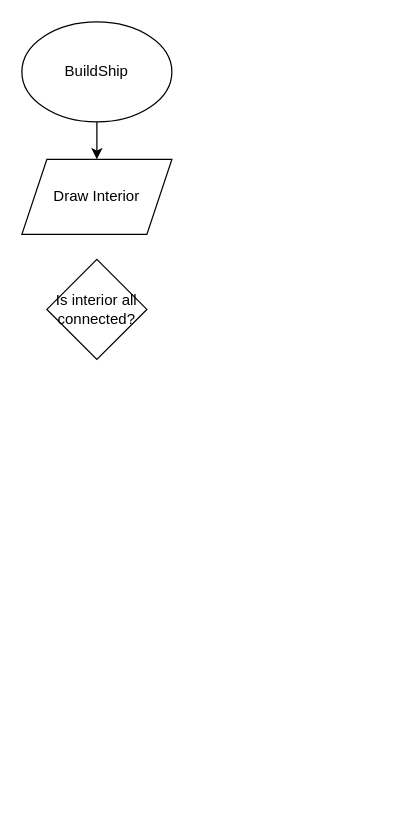
layla-reiss/lyra-astractus keeps this draw.io diagram as BuildShip.drawio. Above is the earlier version. Source tidied: cells renumbered, new cells numbered last; positions are measured from the earlier drawing's top-left corner, leaving out a move shared by most shapes. Both pictures are drawn from the tidied source at 125%, with x=0, y=0 at pixel (21, 21).
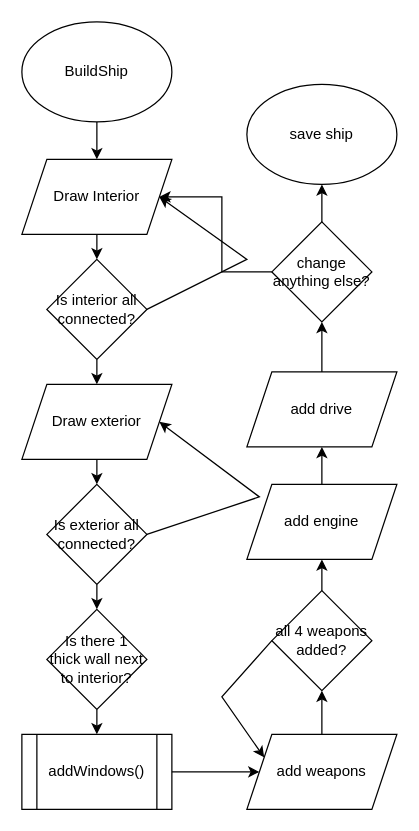
The same page after the edit.

Unchanged cells that the change refers to:
```xml
<mxCell id="4" value="Draw Interior" style="shape=parallelogram;perimeter=parallelogramPerimeter;whiteSpace=wrap;html=1;fixedSize=1;" parent="1" vertex="1">
  <mxGeometry y="110" width="120" height="60" as="geometry" />
</mxCell>
<mxCell id="5" value="Is interior all connected?" style="rhombus;whiteSpace=wrap;html=1;" parent="1" vertex="1">
  <mxGeometry x="20" y="190" width="80" height="80" as="geometry" />
</mxCell>
```

The edit, as a diff of the source:
```diff
@@
+    <mxCell id="6" style="endArrow=classic;html=1;rounded=0;exitX=0.5;exitY=1;exitDx=0;exitDy=0;" parent="1" edge="1" source="4" target="5">
+      <mxGeometry relative="1" as="geometry" />
+    </mxCell>
+    <mxCell id="7" style="endArrow=classic;html=1;rounded=0;exitX=1;exitY=0.5;exitDx=0;exitDy=0;entryX=1;entryY=0.5;entryDx=0;entryDy=0;" parent="1" edge="1" source="5" target="4">
+      <mxGeometry relative="1" as="geometry">
+        <Array as="points">
+          <mxPoint x="180" y="190" />
+        </Array>
+      </mxGeometry>
+    </mxCell>
+    <mxCell id="8" value="Draw exterior" style="shape=parallelogram;perimeter=parallelogramPerimeter;whiteSpace=wrap;html=1;fixedSize=1;" parent="1" vertex="1">
+      <mxGeometry y="290" width="120" height="60" as="geometry" />
+    </mxCell>
+    <mxCell id="9" style="endArrow=classic;html=1;rounded=0;exitX=0.5;exitY=1;exitDx=0;exitDy=0;entryX=0.5;entryY=0;entryDx=0;entryDy=0;" parent="1" edge="1" source="5" target="8">
+      <mxGeometry relative="1" as="geometry" />
+    </mxCell>
+    <mxCell id="10" value="Is exterior all connected?" style="rhombus;whiteSpace=wrap;html=1;" parent="1" vertex="1">
+      <mxGeometry x="20" y="370" width="80" height="80" as="geometry" />
+    </mxCell>
+    <mxCell id="11" style="endArrow=classic;html=1;rounded=0;exitX=1;exitY=0.5;exitDx=0;exitDy=0;entryX=1;entryY=0.5;entryDx=0;entryDy=0;" parent="1" edge="1" source="10" target="8">
+      <mxGeometry relative="1" as="geometry">
+        <Array as="points">
+          <mxPoint x="190" y="380" />
+        </Array>
+      </mxGeometry>
+    </mxCell>
+    <mxCell id="12" style="endArrow=classic;html=1;rounded=0;exitX=0.5;exitY=1;exitDx=0;exitDy=0;entryX=0.5;entryY=0;entryDx=0;entryDy=0;" parent="1" edge="1" source="8" target="10">
+      <mxGeometry relative="1" as="geometry" />
+    </mxCell>
+    <mxCell id="13" style="endArrow=classic;html=1;rounded=0;exitX=0.5;exitY=1;exitDx=0;exitDy=0;entryX=0.5;entryY=0;entryDx=0;entryDy=0;" parent="1" edge="1" source="10" target="14">
+      <mxGeometry relative="1" as="geometry" />
+    </mxCell>
+    <mxCell id="14" value="Is there 1 thick wall next to interior?" style="rhombus;whiteSpace=wrap;html=1;" parent="1" vertex="1">
+      <mxGeometry x="20" y="470" width="80" height="80" as="geometry" />
+    </mxCell>
+    <mxCell id="15" value="addWindows()" style="shape=process;whiteSpace=wrap;html=1;backgroundOutline=1;" parent="1" vertex="1">
+      <mxGeometry y="570" width="120" height="60" as="geometry" />
+    </mxCell>
+    <mxCell id="16" style="endArrow=classic;html=1;rounded=0;exitX=0.5;exitY=1;exitDx=0;exitDy=0;entryX=0.5;entryY=0;entryDx=0;entryDy=0;" parent="1" edge="1" source="14" target="15">
+      <mxGeometry relative="1" as="geometry" />
+    </mxCell>
+    <mxCell id="17" style="endArrow=classic;html=1;rounded=0;exitX=1;exitY=0.5;exitDx=0;exitDy=0;" parent="1" edge="1" source="15">
+      <mxGeometry relative="1" as="geometry">
+        <mxPoint x="190" y="600" as="targetPoint" />
+      </mxGeometry>
+    </mxCell>
+    <mxCell id="18" value="add weapons" style="shape=parallelogram;perimeter=parallelogramPerimeter;whiteSpace=wrap;html=1;fixedSize=1;" parent="1" vertex="1">
+      <mxGeometry x="180" y="570" width="120" height="60" as="geometry" />
+    </mxCell>
+    <mxCell id="19" value="all 4 weapons added?" style="rhombus;whiteSpace=wrap;html=1;" parent="1" vertex="1">
+      <mxGeometry x="200" y="455" width="80" height="80" as="geometry" />
+    </mxCell>
+    <mxCell id="20" style="endArrow=classic;html=1;rounded=0;exitX=0;exitY=0.5;exitDx=0;exitDy=0;entryX=0;entryY=0.25;entryDx=0;entryDy=0;" parent="1" edge="1" source="19" target="18">
+      <mxGeometry relative="1" as="geometry">
+        <Array as="points">
+          <mxPoint x="160" y="540" />
+        </Array>
+      </mxGeometry>
+    </mxCell>
+    <mxCell id="21" style="endArrow=classic;html=1;rounded=0;exitX=0.5;exitY=0;exitDx=0;exitDy=0;entryX=0.5;entryY=1;entryDx=0;entryDy=0;" parent="1" edge="1" source="18" target="19">
+      <mxGeometry relative="1" as="geometry" />
+    </mxCell>
+    <mxCell id="22" style="edgeStyle=orthogonalEdgeStyle;rounded=0;jettySize=auto;html=1;entryX=0.5;entryY=1;entryDx=0;entryDy=0;" parent="1" edge="1" source="23" target="26">
+      <mxGeometry relative="1" as="geometry" />
+    </mxCell>
+    <mxCell id="23" value="add engine" style="shape=parallelogram;perimeter=parallelogramPerimeter;whiteSpace=wrap;html=1;fixedSize=1;" parent="1" vertex="1">
+      <mxGeometry x="180" y="370" width="120" height="60" as="geometry" />
+    </mxCell>
+    <mxCell id="24" style="endArrow=classic;html=1;rounded=0;exitX=0.5;exitY=0;exitDx=0;exitDy=0;entryX=0.5;entryY=1;entryDx=0;entryDy=0;" parent="1" edge="1" source="19" target="23">
+      <mxGeometry relative="1" as="geometry" />
+    </mxCell>
+    <mxCell id="25" style="edgeStyle=orthogonalEdgeStyle;rounded=0;jettySize=auto;html=1;exitX=0.5;exitY=0;exitDx=0;exitDy=0;entryX=0.5;entryY=1;entryDx=0;entryDy=0;" parent="1" edge="1" source="26" target="29">
+      <mxGeometry relative="1" as="geometry" />
+    </mxCell>
+    <mxCell id="26" value="add drive" style="shape=parallelogram;perimeter=parallelogramPerimeter;whiteSpace=wrap;html=1;fixedSize=1;" parent="1" vertex="1">
+      <mxGeometry x="180" y="280" width="120" height="60" as="geometry" />
+    </mxCell>
+    <mxCell id="27" style="edgeStyle=orthogonalEdgeStyle;rounded=0;jettySize=auto;html=1;exitX=0;exitY=0.5;exitDx=0;exitDy=0;entryX=1;entryY=0.5;entryDx=0;entryDy=0;" parent="1" edge="1" source="29" target="4">
+      <mxGeometry relative="1" as="geometry" />
+    </mxCell>
+    <mxCell id="28" style="edgeStyle=orthogonalEdgeStyle;rounded=0;jettySize=auto;html=1;entryX=0.5;entryY=1;entryDx=0;entryDy=0;" parent="1" edge="1" source="29" target="30">
+      <mxGeometry relative="1" as="geometry" />
+    </mxCell>
+    <mxCell id="29" value="change anything else?" style="rhombus;whiteSpace=wrap;html=1;" parent="1" vertex="1">
+      <mxGeometry x="200" y="160" width="80" height="80" as="geometry" />
+    </mxCell>
+    <mxCell id="30" value="save ship" style="ellipse;whiteSpace=wrap;html=1;" parent="1" vertex="1">
+      <mxGeometry x="180" y="50" width="120" height="80" as="geometry" />
+    </mxCell>
```
